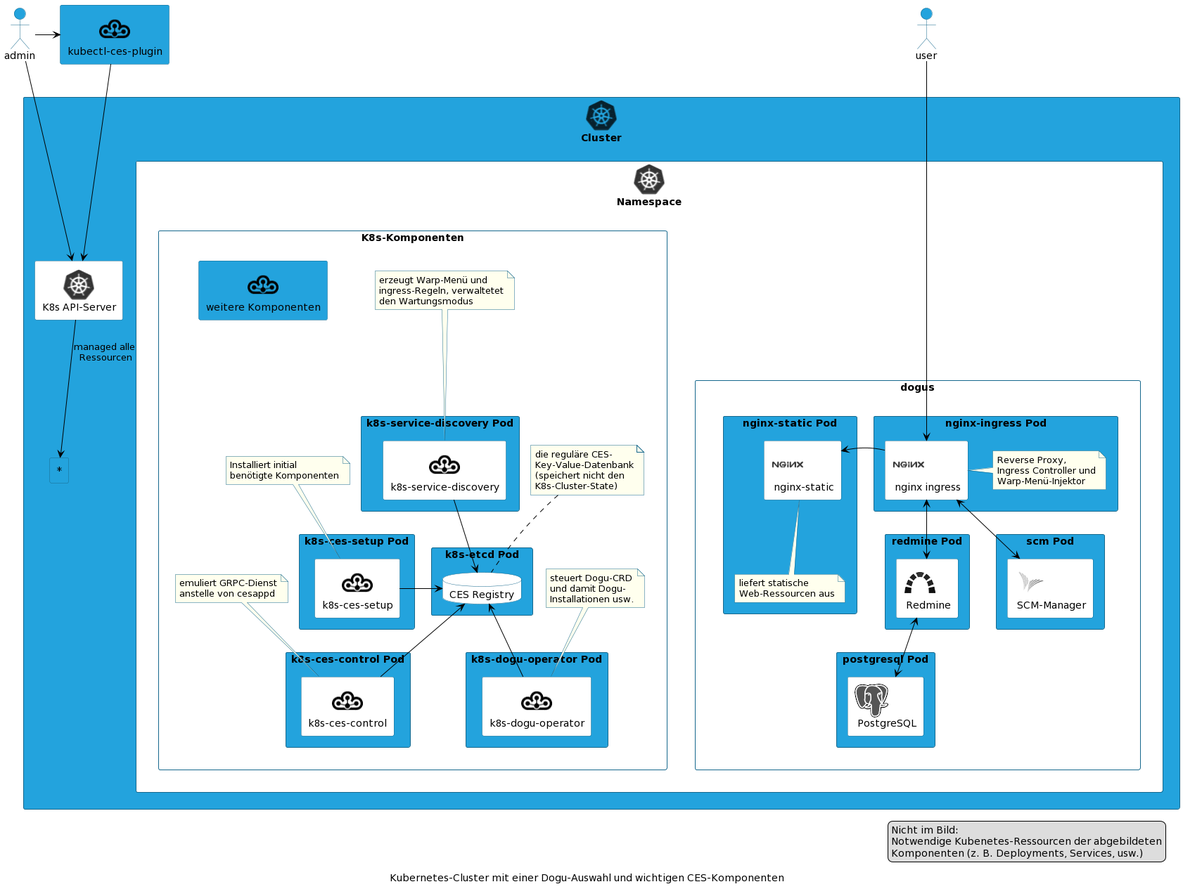
This is docs/operations/figures/k8s-ces-overview-components_de.png from cloudogu/k8s-ecosystem, a PlantUML export, as it was before one commit.
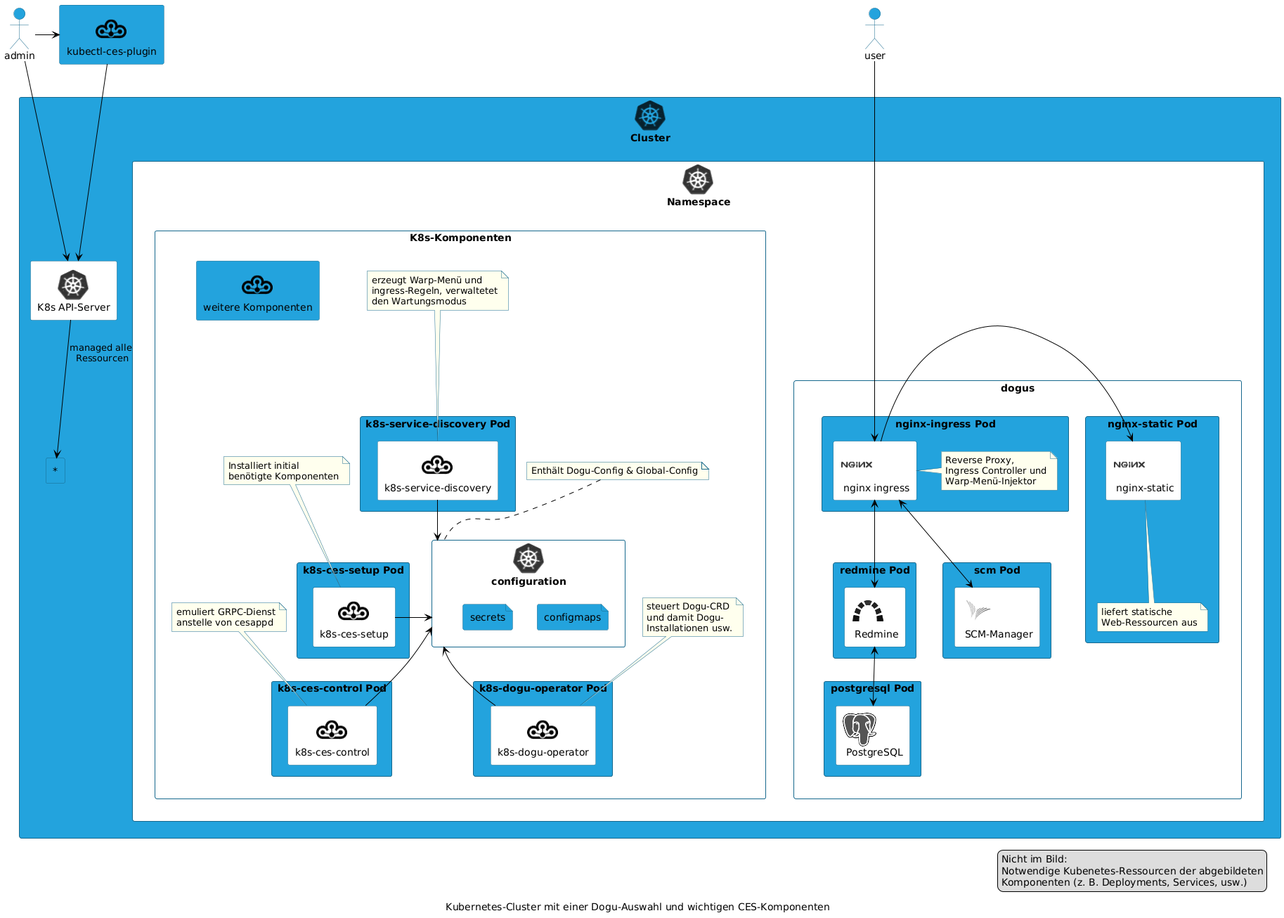
The same diagram one commit later.

What changed in the source:
```diff
@@ -51,31 +51,29 @@
         benötigte Komponenten
       end note
 
-      rectangle k8setcdpod as "k8s-etcd Pod" {
-        database k8setcd as "CES Registry" #white
+      rectangle configuration  <<$k8s>> #white {
+        file configmaps
+        file secrets
       }
 
-      note as k8setcdnote #ffffee
-        die reguläre CES-
-        Key-Value-Datenbank
-        (speichert nicht den
-        K8s-Cluster-State)
+      note as confignote #ffffee
+        Enthält Dogu-Config & Global-Config
       end note
 
       rectangle otherpod as "weitere Komponenten" <<$cloudogu>> {
       }
 
-      k8setcdnote .. k8setcd
+      confignote .. configuration
       setupnote .. setup
       doguratornote .. dogurator
       k8scesctlnote .. k8scesctl
       servdiscnote .. servdisc
     }
 
-    setup -l-> k8setcd
-    dogurator -u-> k8setcd
-    servdisc -d-> k8setcd
-    k8scesctl -u-> k8setcd
+    setup -l-> configuration
+    dogurator -u-> configuration
+    servdisc -d-> configuration
+    k8scesctl -u-> configuration
 
     rectangle dogus #white {
 
```
